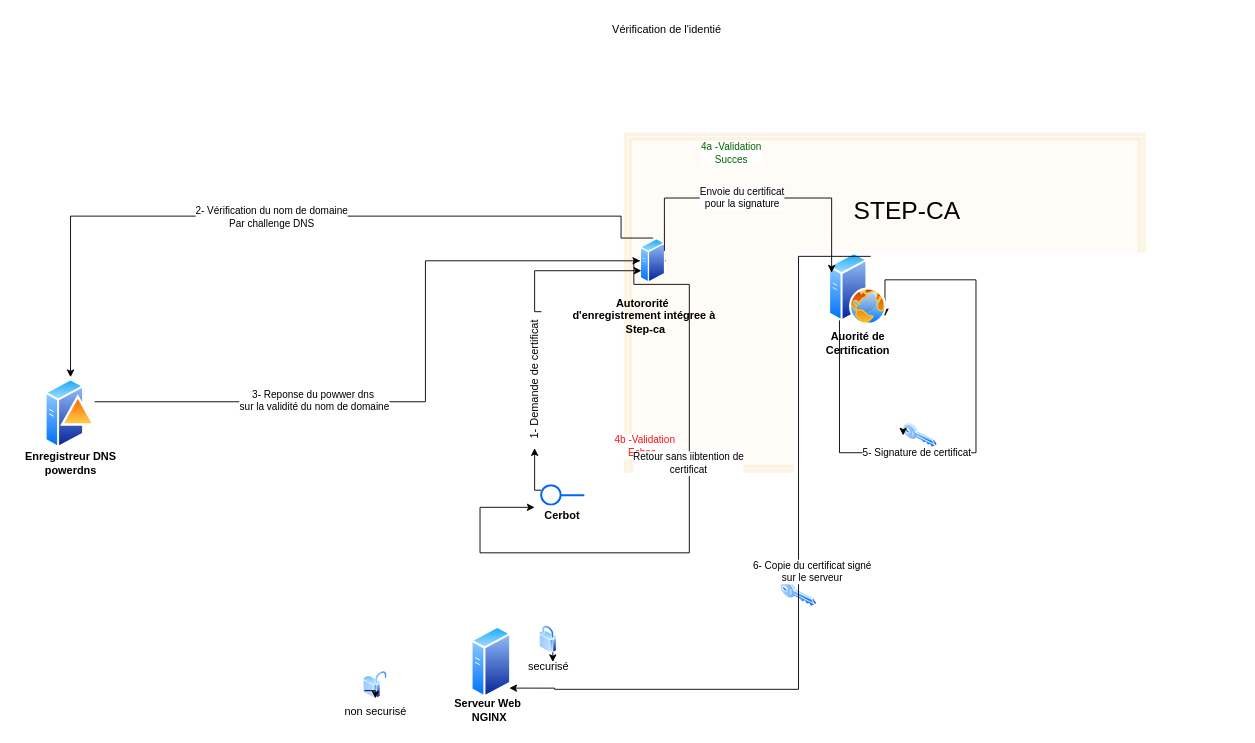
Before: page "Page-2" (2 of 3) of Diagramme sans nom.drawio in lakedjass/diagram, a draw.io diagram. Source tidied: cells renumbered, new cells numbered last; positions are measured from the earlier drawing's top-left corner, leaving out a move shared by most shapes. Both pictures are drawn from the tidied source at 91%, with x=0, y=0 at pixel (15, 15).
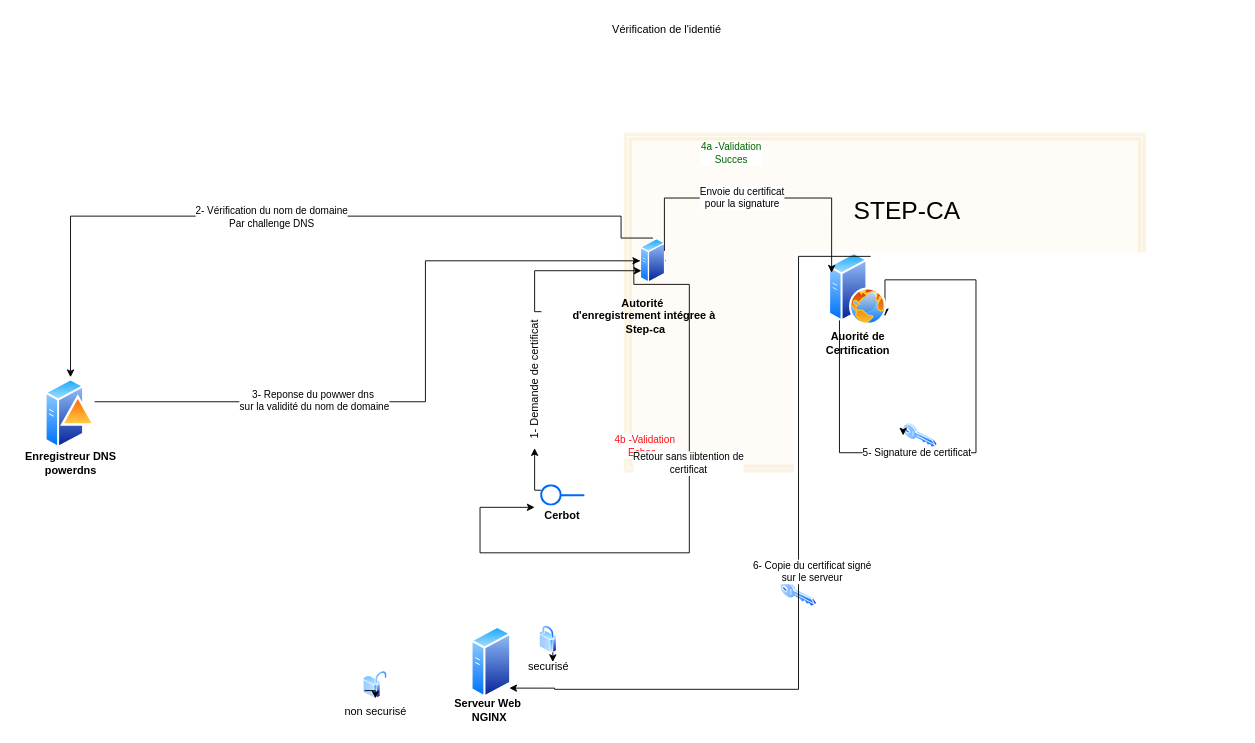
The same page after the edit.

Commit message:
Mettre à jour Diagramme sans nom.drawio

The edit, as a diff of the source:
```diff
@@
-    <mxCell id="36" value="Autororité&amp;nbsp;&lt;br&gt;d'enregistrement intégree à&lt;br&gt;&amp;nbsp;Step-ca" style="text;html=1;align=center;verticalAlign=middle;strokeColor=none;fillColor=none;fontStyle=1;" parent="1" vertex="1">
+    <mxCell id="36" value="Autorité&amp;nbsp;&lt;br&gt;d'enregistrement intégree à&lt;br&gt;&amp;nbsp;Step-ca" style="text;html=1;align=center;verticalAlign=middle;strokeColor=none;fillColor=none;fontStyle=1;" parent="1" vertex="1">
       <mxGeometry x="600" y="300" width="180" height="60" as="geometry" />
     </mxCell>
```
